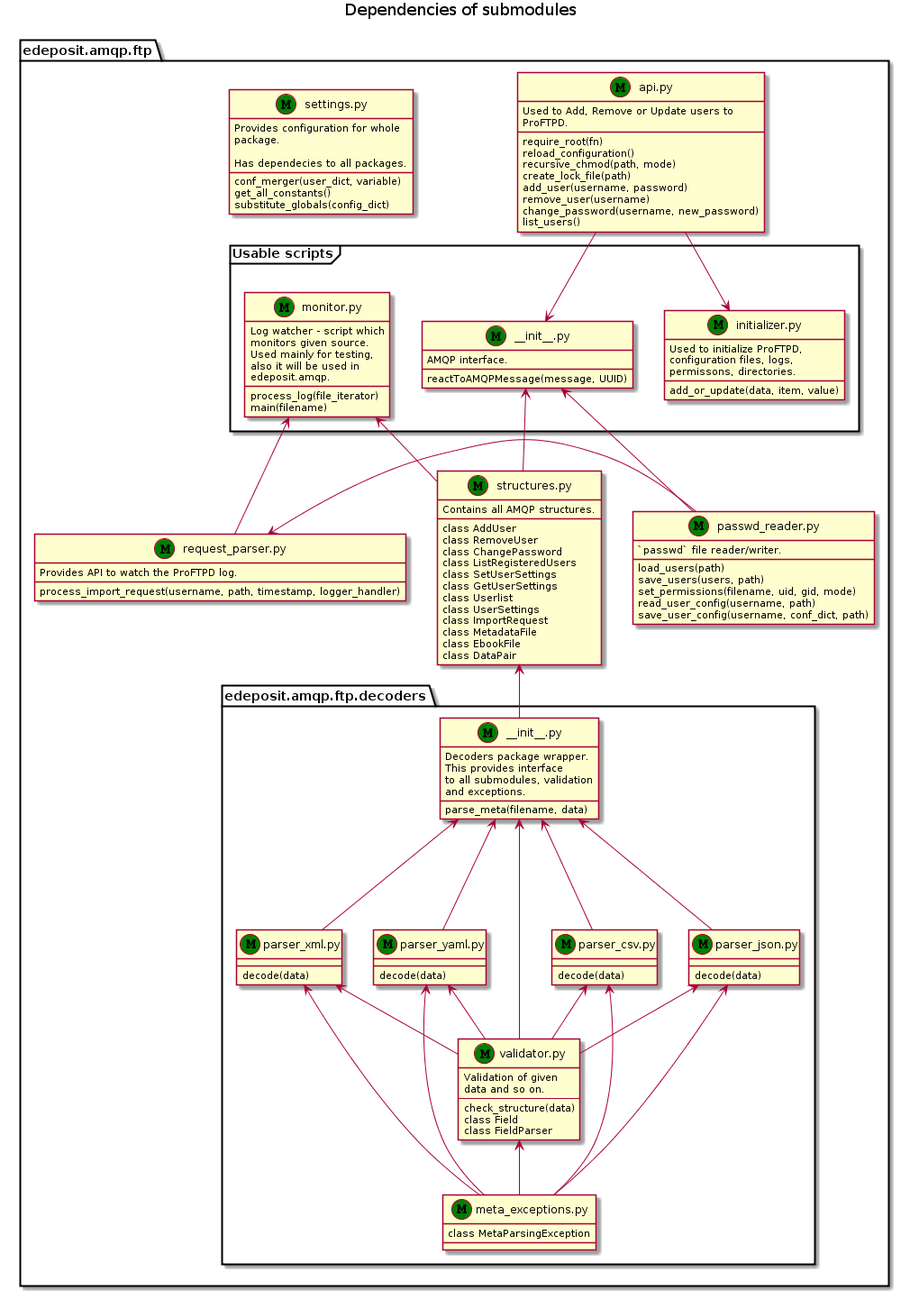
edeposit/edeposit.amqp.ftp keeps this PlantUML diagram as docs/_static/relations.png. Above is the earlier version.
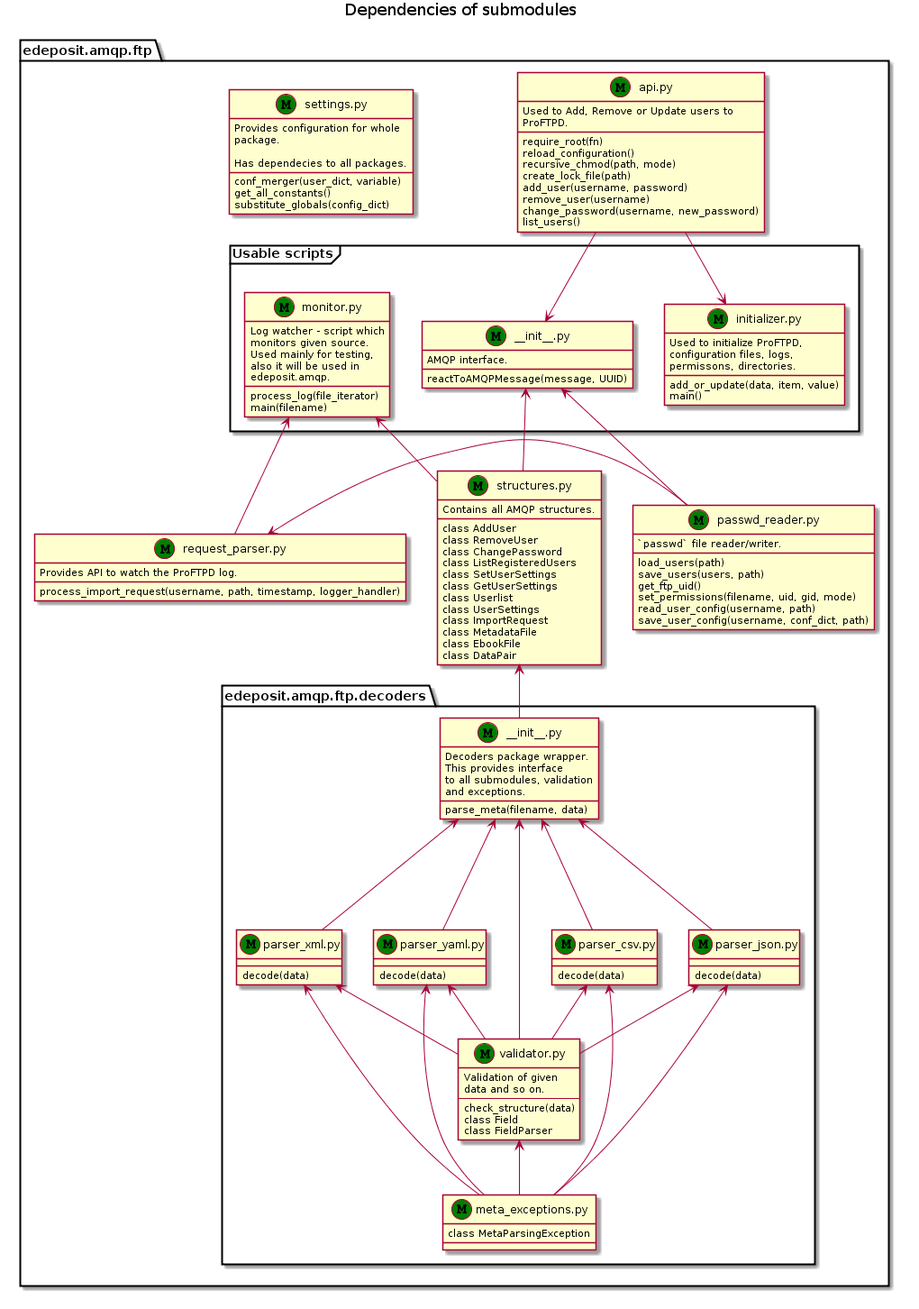
The same diagram one commit later.

Change to the diagram source:
```diff
@@ -78,6 +78,7 @@
             permissons, directories.
 
             add_or_update(data, item, value)
+            main()
         }
     }
     class "api.py" as api <<M, Green>>{
@@ -103,6 +104,7 @@
 
         load_users(path)
         save_users(users, path)
+        get_ftp_uid()
         set_permissions(filename, uid, gid, mode)
         read_user_config(username, path)
         save_user_config(username, conf_dict, path)
```
